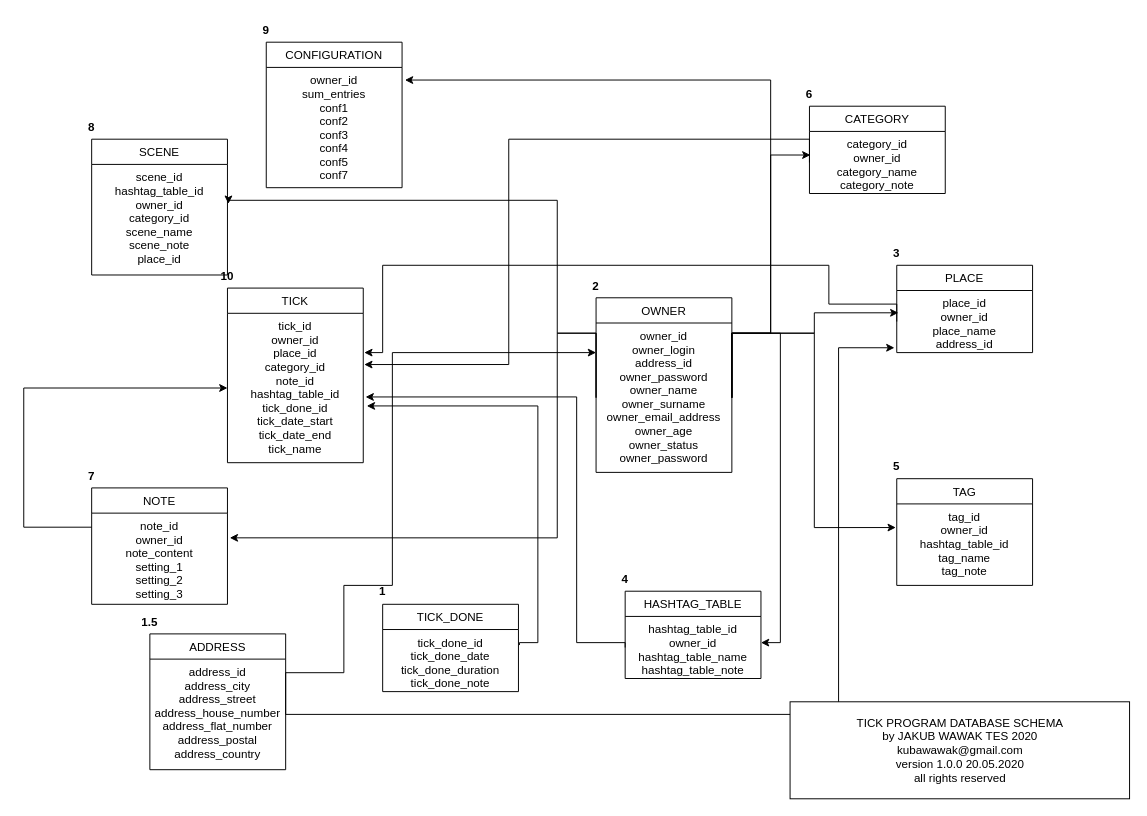
Before: database_tick_schema.drawio in wjakew/Tick, a draw.io diagram. Source tidied: cells renumbered, new cells numbered last; positions are measured from the earlier drawing's top-left corner, leaving out a move shared by most shapes. Both pictures are drawn from the tidied source at 97%, with x=0, y=0 at pixel (23, 16).
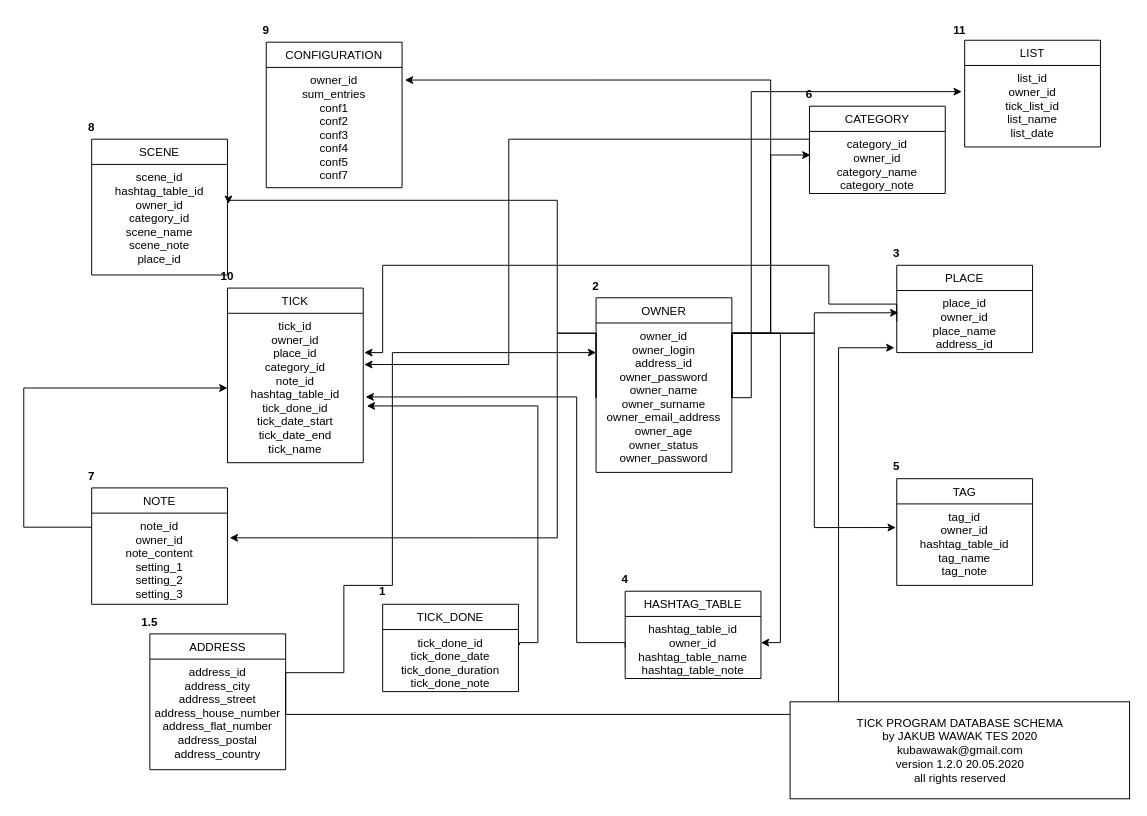
After the change.

The change refers to these unchanged cells:
```xml
<mxCell id="38" value="owner_id&#10;owner_login&#10;address_id&#10;owner_password&#10;owner_name&#10;owner_surname&#10;owner_email_address&#10;owner_age&#10;owner_status&#10;owner_password" style="text;strokeColor=none;fillColor=none;align=center;verticalAlign=top;spacingLeft=4;spacingRight=4;overflow=hidden;points=[[0,0.5],[1,0.5]];portConstraint=eastwest;" parent="37" vertex="1">
  <mxGeometry y="26" width="140" height="154" as="geometry" />
</mxCell>
```

What changed in the source:
```diff
@@
-    <mxCell id="49" value="TICK PROGRAM DATABASE SCHEMA&lt;br&gt;by JAKUB WAWAK TES 2020&lt;br&gt;kubawawak@gmail.com&lt;br&gt;version 1.0.0 20.05.2020&lt;br&gt;all rights reserved" style="html=1;align=center;" parent="1" vertex="1">
+    <mxCell id="49" value="TICK PROGRAM DATABASE SCHEMA&lt;br&gt;by JAKUB WAWAK TES 2020&lt;br&gt;kubawawak@gmail.com&lt;br&gt;version 1.2.0 20.05.2020&lt;br&gt;all rights reserved" style="html=1;align=center;" parent="1" vertex="1">
       <mxGeometry x="790" y="706" width="350" height="100" as="geometry" />
     </mxCell>
+    <mxCell id="50" value="LIST" style="swimlane;fontStyle=0;horizontal=1;startSize=26;fillColor=none;" parent="1" vertex="1">
+      <mxGeometry x="970" y="24" width="140" height="110" as="geometry" />
+    </mxCell>
+    <mxCell id="51" value="list_id&#10;owner_id&#10;tick_list_id&#10;list_name&#10;list_date" style="text;strokeColor=none;fillColor=none;align=center;verticalAlign=top;spacingLeft=4;spacingRight=4;overflow=hidden;points=[[0,0.5],[1,0.5]];portConstraint=eastwest;" parent="50" vertex="1">
+      <mxGeometry y="26" width="140" height="84" as="geometry" />
+    </mxCell>
+    <mxCell id="52" value="11" style="text;align=center;fontStyle=1;verticalAlign=middle;spacingLeft=3;spacingRight=3;strokeColor=none;" parent="1" vertex="1">
+      <mxGeometry x="925" width="80" height="26" as="geometry" />
+    </mxCell>
+    <mxCell id="53" style="edgeStyle=orthogonalEdgeStyle;rounded=0;jettySize=auto;html=1;exitX=1;exitY=0.5;exitDx=0;exitDy=0;entryX=-0.021;entryY=0.321;entryDx=0;entryDy=0;entryPerimeter=0;" parent="1" edge="1" source="38" target="51">
+      <mxGeometry relative="1" as="geometry">
+        <Array as="points">
+          <mxPoint x="750" y="393" />
+          <mxPoint x="750" y="77" />
+        </Array>
+      </mxGeometry>
+    </mxCell>
```
